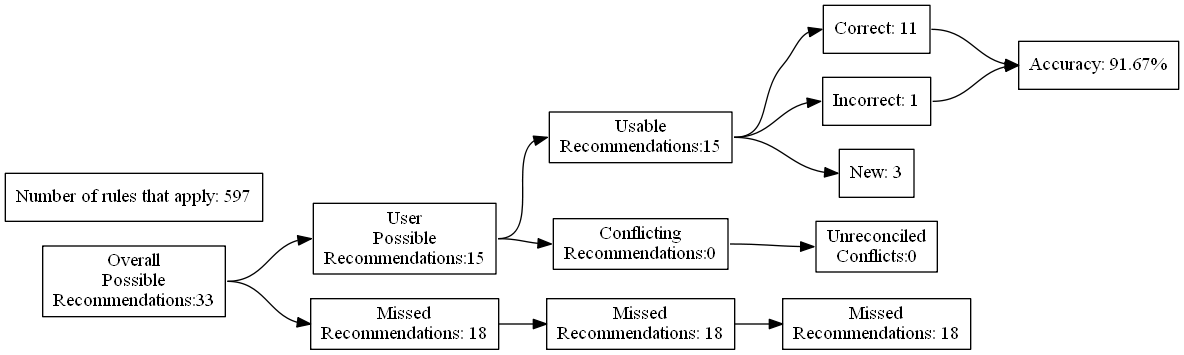
The Graphviz diagram test_renders/38.gv.png in ZaxR/ibd_diet_analysis, before a commit. Its source is kept beside it as test_renders/38.gv.
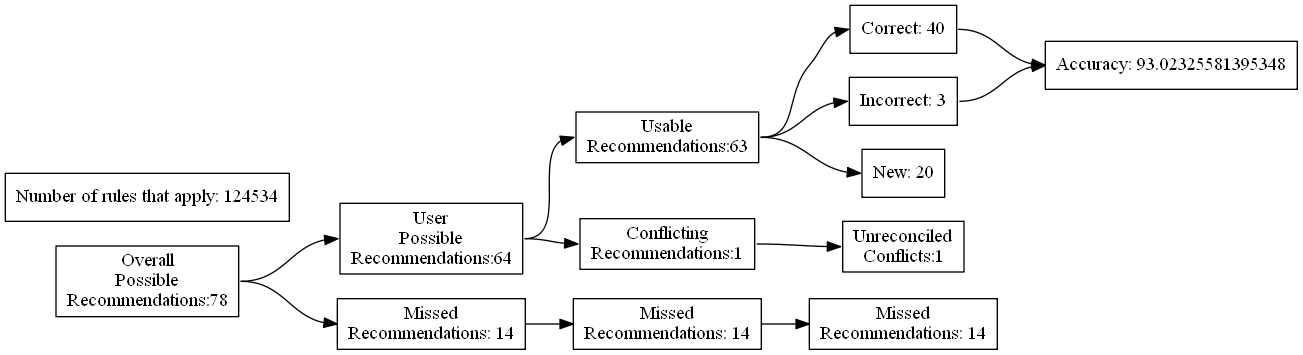
The same diagram one commit later.

Change to the diagram source:
```diff
@@ -4,27 +4,27 @@
 	edge [headport=w tailport=e]
 		A [label="Overall
 Possible
-Recommendations:33"]
+Recommendations:78"]
 		B [label="User
 Possible
-Recommendations:15"]
+Recommendations:64"]
 		C [label="Missed
-Recommendations: 18"]
+Recommendations: 14"]
 		D [label="Usable
-Recommendations:15"]
+Recommendations:63"]
 		E [label="Conflicting
-Recommendations:0"]
+Recommendations:1"]
 		J [label="Missed
-Recommendations: 18"]
+Recommendations: 14"]
 		M [label="Unreconciled
-Conflicts:0"]
-		F [label="Correct: 11"]
-		G [label="Incorrect: 1"]
-		H [label="New: 3"]
+Conflicts:1"]
+		F [label="Correct: 40"]
+		G [label="Incorrect: 3"]
+		H [label="New: 20"]
 		K [label="Missed
-Recommendations: 18"]
-		I [label="Accuracy: 91.67%"]
-		l [label="Number of rules that apply: 597"]
+Recommendations: 14"]
+		I [label="Accuracy: 93.02325581395348"]
+		l [label="Number of rules that apply: 124534"]
 			A -> B
 			A -> C
 			B -> D
```
